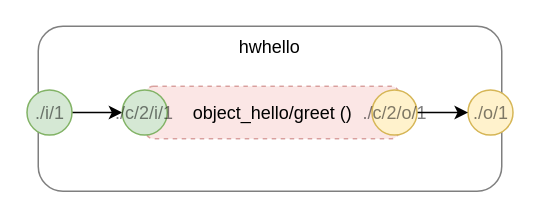
The draw.io diagram page "hwhello" (3 of 15) of hw.drawio in guitarvydas/asc-manually, before the edit. Source tidied: cells renumbered, new cells numbered last; positions are measured from the earlier drawing's top-left corner, leaving out a move shared by most shapes. Both pictures are drawn from the tidied source at 150%, with x=0, y=0 at pixel (27, 26).
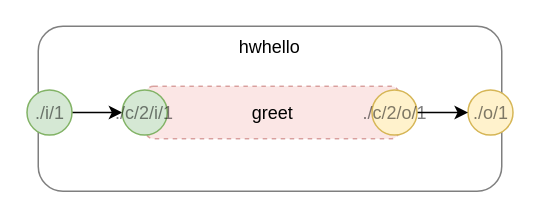
The same diagram, later.

What changed in the source:
```diff
@@
 <mxGraphModel>
   <root>
     <mxCell id="0" />
     <mxCell id="1" parent="0" />
     <mxCell id="2" value="hwhello" style="rounded=1;whiteSpace=wrap;html=1;opacity=50;align=center;verticalAlign=top;" parent="1" vertex="1">
       <mxGeometry x="7" width="309" height="110" as="geometry" />
     </mxCell>
-    <mxCell id="3" value="object_hello/greet ()" style="rounded=1;whiteSpace=wrap;html=1;dashed=1;opacity=50;align=center;verticalAlign=middle;fillColor=#f8cecc;strokeColor=#b85450;" parent="1" vertex="1">
+    <mxCell id="3" value="greet" style="rounded=1;whiteSpace=wrap;html=1;dashed=1;opacity=50;align=center;verticalAlign=middle;fillColor=#f8cecc;strokeColor=#b85450;" parent="1" vertex="1">
       <mxGeometry x="78.5" y="40" width="169" height="35" as="geometry" />
     </mxCell>
     <mxCell id="4" style="edgeStyle=orthogonalEdgeStyle;rounded=0;jettySize=auto;html=1;exitX=1;exitY=0.5;exitDx=0;exitDy=0;entryX=0;entryY=0.5;entryDx=0;entryDy=0;" parent="1" edge="1" source="5" target="7">
       <mxGeometry relative="1" as="geometry" />
     </mxCell>
     <mxCell id="5" value="./i/1" style="ellipse;whiteSpace=wrap;html=1;fillColor=#d5e8d4;align=center;strokeColor=#82b366;textOpacity=50;" parent="1" vertex="1">
       <mxGeometry x="-0.5" y="42.5" width="30" height="30" as="geometry" />
     </mxCell>
     <mxCell id="6" value="./o/1" style="ellipse;whiteSpace=wrap;html=1;fillColor=#fff2cc;align=center;strokeColor=#d6b656;textOpacity=50;" parent="1" vertex="1">
       <mxGeometry x="293.5" y="42.5" width="30" height="30" as="geometry" />
     </mxCell>
     <mxCell id="7" value="./c/2/i/1" style="ellipse;whiteSpace=wrap;html=1;fillColor=#d5e8d4;align=center;strokeColor=#82b366;textOpacity=50;" parent="1" vertex="1">
       <mxGeometry x="63" y="42.5" width="30" height="30" as="geometry" />
     </mxCell>
     <mxCell id="8" style="edgeStyle=orthogonalEdgeStyle;rounded=0;jettySize=auto;html=1;exitX=1;exitY=0.5;exitDx=0;exitDy=0;entryX=0;entryY=0.5;entryDx=0;entryDy=0;" parent="1" edge="1" source="9" target="6">
       <mxGeometry relative="1" as="geometry" />
     </mxCell>
     <mxCell id="9" value="./c/2/o/1" style="ellipse;whiteSpace=wrap;html=1;fillColor=#fff2cc;align=center;strokeColor=#d6b656;textOpacity=50;" parent="1" vertex="1">
       <mxGeometry x="229.5" y="42.5" width="30" height="30" as="geometry" />
     </mxCell>
   </root>
 </mxGraphModel>
```
